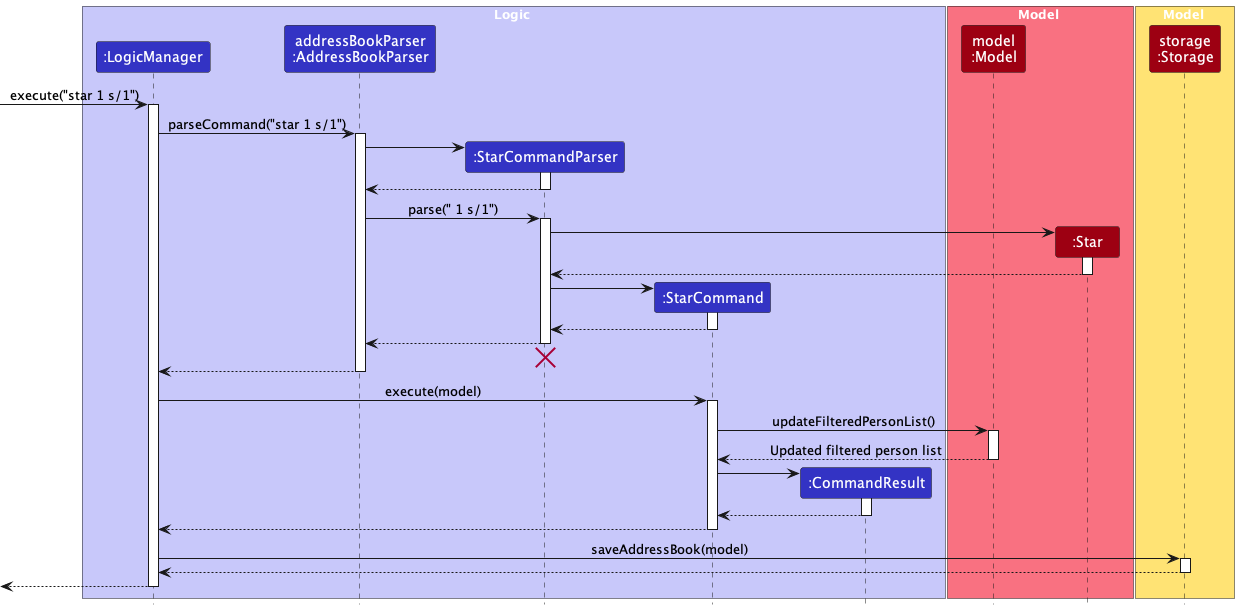
Before: docs/images/StarCommandSequenceDiagram.png, a diagram exported from PlantUML (c-wenlong/tp). Its diagram source:
```plantuml
@startuml
!include style.puml
skinparam ArrowFontStyle plain

box Logic LOGIC_COLOR_T1
participant ":LogicManager" as LogicManager LOGIC_COLOR
participant "addressBookParser\n:AddressBookParser" as AddressBookParser LOGIC_COLOR
participant ":StarCommandParser" as StarCommandParser LOGIC_COLOR
participant ":StarCommand" as StarCommand LOGIC_COLOR
participant ":CommandResult" as CommandResult LOGIC_COLOR
end box

box Model MODEL_COLOR_T1
participant "model\n:Model" as Model MODEL_COLOR
participant ":Star" as Star MODEL_COLOR
end box

box Model STORAGE_COLOR_T1
participant "storage\n:Storage" as Storage MODEL_COLOR
end box

[-> LogicManager : execute("star 1 s/1")
activate LogicManager

LogicManager -> AddressBookParser : parseCommand("star 1 s/1")
activate AddressBookParser

create StarCommandParser
AddressBookParser -> StarCommandParser
activate StarCommandParser

StarCommandParser --> AddressBookParser
deactivate StarCommandParser

AddressBookParser -> StarCommandParser : parse(" 1 s/1")
activate StarCommandParser

create Star
StarCommandParser -> Star
activate Star

Star --> StarCommandParser
deactivate Star

create StarCommand
StarCommandParser -> StarCommand
activate StarCommand

StarCommand --> StarCommandParser :
deactivate StarCommand

StarCommandParser --> AddressBookParser :
deactivate StarCommandParser
StarCommandParser -[hidden]-> AddressBookParser
destroy StarCommandParser
deactivate StarCommandParser

AddressBookParser --> LogicManager :
deactivate AddressBookParser

LogicManager -> StarCommand : execute(model)
activate StarCommand

StarCommand -> Model : updateFilteredPersonList()
activate Model

Model --> StarCommand : Updated filtered person list
deactivate Model

create CommandResult
StarCommand -> CommandResult
activate CommandResult

CommandResult --> StarCommand
deactivate CommandResult

StarCommand --> LogicManager :
deactivate StarCommand

LogicManager -> Storage : saveAddressBook(model)
activate Storage

Storage --> LogicManager
deactivate Storage

[<--LogicManager
deactivate LogicManager
@enduml
```
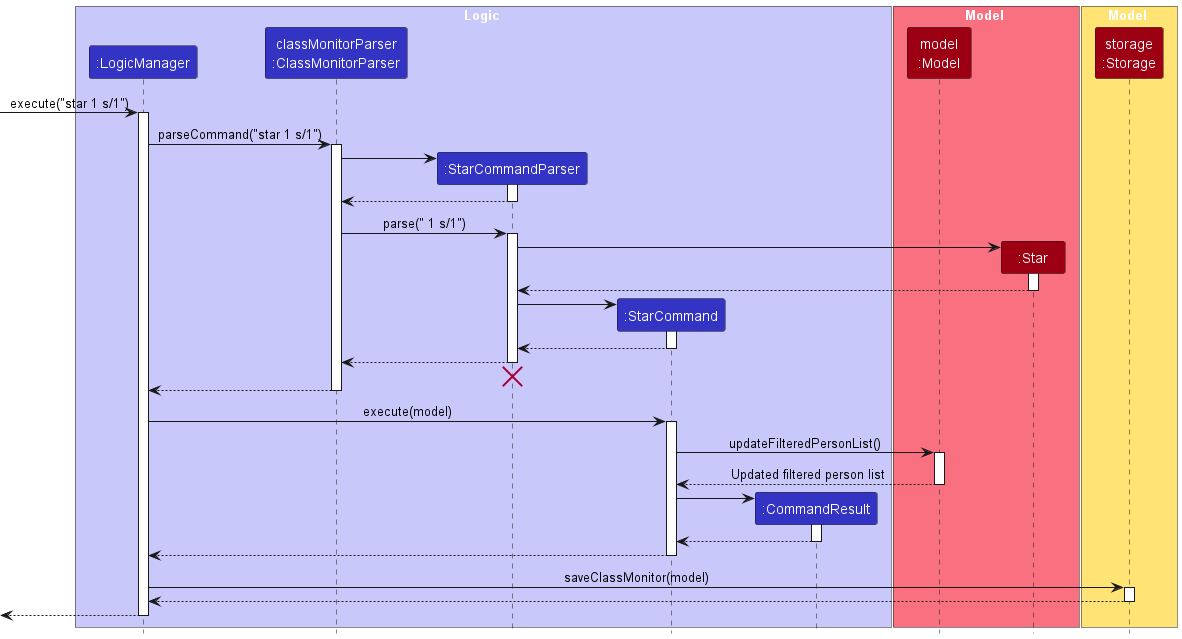
The same diagram one commit later.

Diff of the diagram source:
```diff
@@ -4,7 +4,7 @@
 
 box Logic LOGIC_COLOR_T1
 participant ":LogicManager" as LogicManager LOGIC_COLOR
-participant "addressBookParser\n:AddressBookParser" as AddressBookParser LOGIC_COLOR
+participant "classMonitorParser\n:ClassMonitorParser" as ClassMonitorParser LOGIC_COLOR
 participant ":StarCommandParser" as StarCommandParser LOGIC_COLOR
 participant ":StarCommand" as StarCommand LOGIC_COLOR
 participant ":CommandResult" as CommandResult LOGIC_COLOR
@@ -22,17 +22,17 @@
 [-> LogicManager : execute("star 1 s/1")
 activate LogicManager
 
-LogicManager -> AddressBookParser : parseCommand("star 1 s/1")
-activate AddressBookParser
+LogicManager -> ClassMonitorParser : parseCommand("star 1 s/1")
+activate ClassMonitorParser
 
 create StarCommandParser
-AddressBookParser -> StarCommandParser
+ClassMonitorParser -> StarCommandParser
 activate StarCommandParser
 
-StarCommandParser --> AddressBookParser
+StarCommandParser --> ClassMonitorParser
 deactivate StarCommandParser
 
-AddressBookParser -> StarCommandParser : parse(" 1 s/1")
+ClassMonitorParser -> StarCommandParser : parse(" 1 s/1")
 activate StarCommandParser
 
 create Star
@@ -49,14 +49,14 @@
 StarCommand --> StarCommandParser :
 deactivate StarCommand
 
-StarCommandParser --> AddressBookParser :
+StarCommandParser --> ClassMonitorParser :
 deactivate StarCommandParser
-StarCommandParser -[hidden]-> AddressBookParser
+StarCommandParser -[hidden]-> ClassMonitorParser
 destroy StarCommandParser
 deactivate StarCommandParser
 
-AddressBookParser --> LogicManager :
-deactivate AddressBookParser
+ClassMonitorParser --> LogicManager :
+deactivate ClassMonitorParser
 
 LogicManager -> StarCommand : execute(model)
 activate StarCommand
@@ -77,7 +77,7 @@
 StarCommand --> LogicManager :
 deactivate StarCommand
 
-LogicManager -> Storage : saveAddressBook(model)
+LogicManager -> Storage : saveClassMonitor(model)
 activate Storage
 
 Storage --> LogicManager
```
